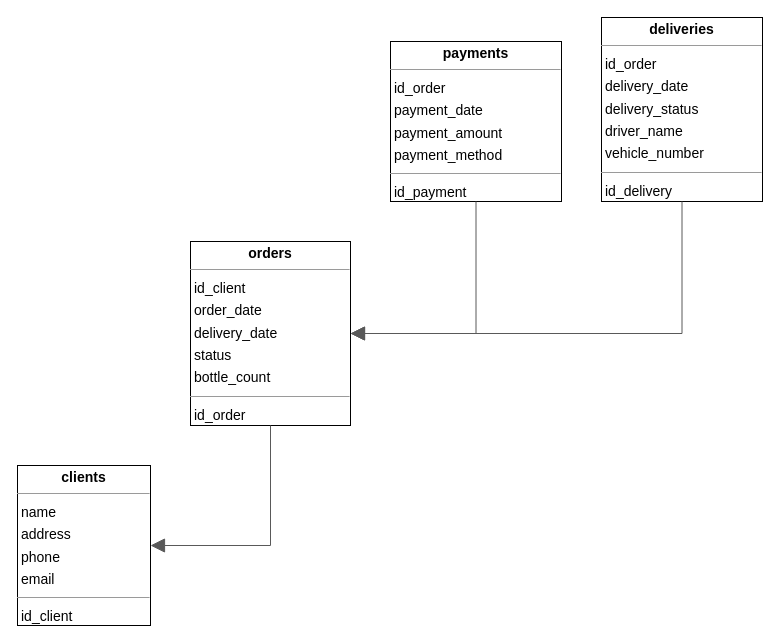
Above: emil_infological_model.drawio in knorke102/schemes (draw.io), before the change. Source tidied: cells renumbered, new cells numbered last; positions are measured from the earlier drawing's top-left corner, leaving out a move shared by most shapes. Both pictures are drawn from the tidied source at 100%, with x=0, y=0 at pixel (17, 17).
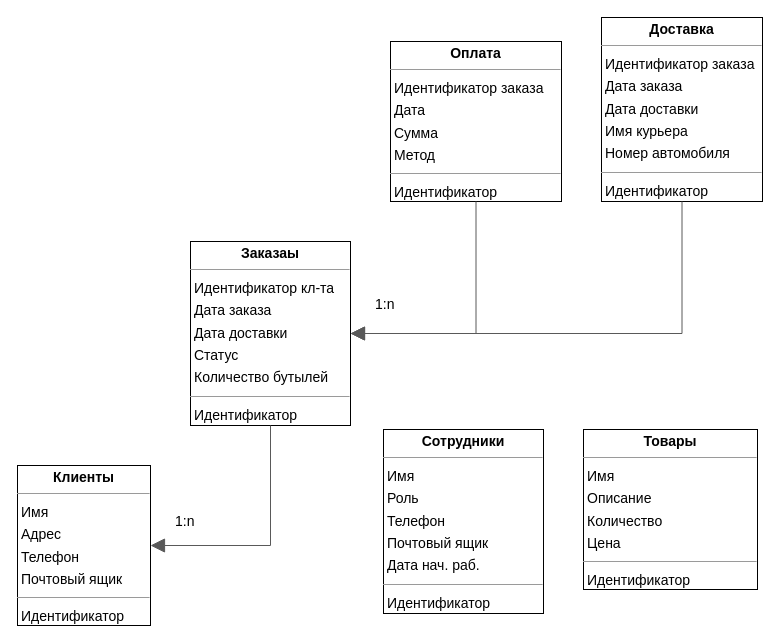
The same page after the edit.

Diff of the diagram source:
```diff
@@
 <mxGraphModel>
   <root>
     <mxCell id="0" />
     <mxCell id="1" parent="0" />
-    <mxCell id="2" value="&lt;p style=&quot;margin:0px;margin-top:4px;text-align:center;&quot;&gt;&lt;b&gt;clients&lt;/b&gt;&lt;/p&gt;&lt;hr size=&quot;1&quot;&gt;&lt;p style=&quot;margin:0 0 0 4px;line-height:1.6;&quot;&gt; name&lt;br&gt; address&lt;br&gt; phone&lt;br&gt; email&lt;/p&gt;&lt;hr size=&quot;1&quot;&gt;&lt;p style=&quot;margin:0 0 0 4px;line-height:1.6;&quot;&gt; id_client&lt;/p&gt;" style="verticalAlign=top;align=left;overflow=fill;fontSize=14;fontFamily=Helvetica;html=1;rounded=0;shadow=0;comic=0;labelBackgroundColor=none;strokeWidth=1;" parent="1" vertex="1">
+    <mxCell id="2" value="&lt;p style=&quot;margin:0px;margin-top:4px;text-align:center;&quot;&gt;&lt;b&gt;Клиенты&lt;/b&gt;&lt;/p&gt;&lt;hr size=&quot;1&quot;&gt;&lt;p style=&quot;margin:0 0 0 4px;line-height:1.6;&quot;&gt;Имя&lt;br&gt;Адрес&lt;br&gt; Телефон&lt;br&gt; Почтовый ящик&lt;/p&gt;&lt;hr size=&quot;1&quot;&gt;&lt;p style=&quot;margin:0 0 0 4px;line-height:1.6;&quot;&gt; Идентификатор&lt;/p&gt;" style="verticalAlign=top;align=left;overflow=fill;fontSize=14;fontFamily=Helvetica;html=1;rounded=0;shadow=0;comic=0;labelBackgroundColor=none;strokeWidth=1;" parent="1" vertex="1">
       <mxGeometry y="448" width="133" height="160" as="geometry" />
     </mxCell>
-    <mxCell id="3" value="&lt;p style=&quot;margin:0px;margin-top:4px;text-align:center;&quot;&gt;&lt;b&gt;deliveries&lt;/b&gt;&lt;/p&gt;&lt;hr size=&quot;1&quot;&gt;&lt;p style=&quot;margin:0 0 0 4px;line-height:1.6;&quot;&gt; id_order&lt;br&gt; delivery_date&lt;br&gt; delivery_status&lt;br&gt; driver_name&lt;br&gt; vehicle_number&lt;/p&gt;&lt;hr size=&quot;1&quot;&gt;&lt;p style=&quot;margin:0 0 0 4px;line-height:1.6;&quot;&gt; id_delivery&lt;/p&gt;" style="verticalAlign=top;align=left;overflow=fill;fontSize=14;fontFamily=Helvetica;html=1;rounded=0;shadow=0;comic=0;labelBackgroundColor=none;strokeWidth=1;" parent="1" vertex="1">
+    <mxCell id="3" value="&lt;p style=&quot;margin:0px;margin-top:4px;text-align:center;&quot;&gt;&lt;b&gt;Доставка&lt;/b&gt;&lt;/p&gt;&lt;hr size=&quot;1&quot;&gt;&lt;p style=&quot;margin:0 0 0 4px;line-height:1.6;&quot;&gt;Идентификатор заказа&lt;br&gt;Дата заказа&lt;br&gt;Дата доставки&lt;br&gt;Имя курьера&lt;/p&gt;&lt;p style=&quot;margin:0 0 0 4px;line-height:1.6;&quot;&gt;Номер автомобиля&lt;/p&gt;&lt;hr size=&quot;1&quot;&gt;&lt;p style=&quot;margin:0 0 0 4px;line-height:1.6;&quot;&gt;Идентификатор&lt;/p&gt;" style="verticalAlign=top;align=left;overflow=fill;fontSize=14;fontFamily=Helvetica;html=1;rounded=0;shadow=0;comic=0;labelBackgroundColor=none;strokeWidth=1;" parent="1" vertex="1">
       <mxGeometry x="584" width="161" height="184" as="geometry" />
     </mxCell>
-    <mxCell id="4" value="&lt;p style=&quot;margin:0px;margin-top:4px;text-align:center;&quot;&gt;&lt;b&gt;orders&lt;/b&gt;&lt;/p&gt;&lt;hr size=&quot;1&quot;&gt;&lt;p style=&quot;margin:0 0 0 4px;line-height:1.6;&quot;&gt; id_client&lt;br&gt; order_date&lt;br&gt; delivery_date&lt;br&gt; status&lt;br&gt; bottle_count&lt;/p&gt;&lt;hr size=&quot;1&quot;&gt;&lt;p style=&quot;margin:0 0 0 4px;line-height:1.6;&quot;&gt; id_order&lt;/p&gt;" style="verticalAlign=top;align=left;overflow=fill;fontSize=14;fontFamily=Helvetica;html=1;rounded=0;shadow=0;comic=0;labelBackgroundColor=none;strokeWidth=1;" parent="1" vertex="1">
+    <mxCell id="4" value="&lt;p style=&quot;margin:0px;margin-top:4px;text-align:center;&quot;&gt;&lt;b&gt;Заказаы&lt;/b&gt;&lt;/p&gt;&lt;hr size=&quot;1&quot;&gt;&lt;p style=&quot;margin:0 0 0 4px;line-height:1.6;&quot;&gt;Идентификатор кл-та&lt;br&gt; Дата заказа&lt;br&gt; Дата доставки&lt;br&gt; Статус&lt;br&gt; Количество бутылей&lt;/p&gt;&lt;hr size=&quot;1&quot;&gt;&lt;p style=&quot;margin:0 0 0 4px;line-height:1.6;&quot;&gt;Идентификатор&lt;/p&gt;" style="verticalAlign=top;align=left;overflow=fill;fontSize=14;fontFamily=Helvetica;html=1;rounded=0;shadow=0;comic=0;labelBackgroundColor=none;strokeWidth=1;" parent="1" vertex="1">
       <mxGeometry x="173" y="224" width="160" height="184" as="geometry" />
     </mxCell>
-    <mxCell id="5" value="&lt;p style=&quot;margin:0px;margin-top:4px;text-align:center;&quot;&gt;&lt;b&gt;payments&lt;/b&gt;&lt;/p&gt;&lt;hr size=&quot;1&quot;&gt;&lt;p style=&quot;margin:0 0 0 4px;line-height:1.6;&quot;&gt; id_order&lt;br&gt; payment_date&lt;br&gt; payment_amount&lt;br&gt; payment_method&lt;/p&gt;&lt;hr size=&quot;1&quot;&gt;&lt;p style=&quot;margin:0 0 0 4px;line-height:1.6;&quot;&gt; id_payment&lt;/p&gt;" style="verticalAlign=top;align=left;overflow=fill;fontSize=14;fontFamily=Helvetica;html=1;rounded=0;shadow=0;comic=0;labelBackgroundColor=none;strokeWidth=1;" parent="1" vertex="1">
+    <mxCell id="5" value="&lt;p style=&quot;margin:0px;margin-top:4px;text-align:center;&quot;&gt;&lt;b&gt;Оплата&lt;/b&gt;&lt;/p&gt;&lt;hr size=&quot;1&quot;&gt;&lt;p style=&quot;margin:0 0 0 4px;line-height:1.6;&quot;&gt;Идентификатор заказа&lt;br&gt; Дата&lt;br&gt; Сумма&lt;br&gt; Метод&lt;/p&gt;&lt;hr size=&quot;1&quot;&gt;&lt;p style=&quot;margin:0 0 0 4px;line-height:1.6;&quot;&gt;Идентификатор&lt;/p&gt;" style="verticalAlign=top;align=left;overflow=fill;fontSize=14;fontFamily=Helvetica;html=1;rounded=0;shadow=0;comic=0;labelBackgroundColor=none;strokeWidth=1;" parent="1" vertex="1">
       <mxGeometry x="373" y="24" width="171" height="160" as="geometry" />
     </mxCell>
     <mxCell id="6" style="html=1;rounded=0;edgeStyle=orthogonalEdgeStyle;dashed=0;startArrow=none;endArrow=block;endSize=12;strokeColor=#595959;exitX=0.500;exitY=1.000;exitDx=0;exitDy=0;entryX=1.000;entryY=0.500;entryDx=0;entryDy=0;" parent="1" edge="1" source="3" target="4">
       <mxGeometry relative="1" as="geometry">
         <Array as="points">
           <mxPoint x="665" y="316" />
         </Array>
       </mxGeometry>
     </mxCell>
     <mxCell id="7" style="html=1;rounded=0;edgeStyle=orthogonalEdgeStyle;dashed=0;startArrow=none;endArrow=block;endSize=12;strokeColor=#595959;exitX=0.500;exitY=1.000;exitDx=0;exitDy=0;entryX=1.000;entryY=0.500;entryDx=0;entryDy=0;" parent="1" edge="1" source="4" target="2">
       <mxGeometry relative="1" as="geometry">
         <Array as="points">
           <mxPoint x="253" y="528" />
         </Array>
       </mxGeometry>
     </mxCell>
     <mxCell id="8" style="html=1;rounded=0;edgeStyle=orthogonalEdgeStyle;dashed=0;startArrow=none;endArrow=block;endSize=12;strokeColor=#595959;exitX=0.500;exitY=1.000;exitDx=0;exitDy=0;entryX=1.000;entryY=0.500;entryDx=0;entryDy=0;" parent="1" edge="1" source="5" target="4">
       <mxGeometry relative="1" as="geometry">
         <Array as="points">
           <mxPoint x="459" y="316" />
         </Array>
       </mxGeometry>
     </mxCell>
+    <mxCell id="9" value="&lt;p style=&quot;margin:0px;margin-top:4px;text-align:center;&quot;&gt;&lt;b&gt;Сотрудники&lt;/b&gt;&lt;/p&gt;&lt;hr size=&quot;1&quot;&gt;&lt;p style=&quot;margin:0 0 0 4px;line-height:1.6;&quot;&gt; Имя&lt;br&gt; Роль&lt;br&gt; Телефон&lt;br&gt; Почтовый ящик&lt;br&gt; Дата нач. раб.&lt;/p&gt;&lt;hr size=&quot;1&quot;&gt;&lt;p style=&quot;margin:0 0 0 4px;line-height:1.6;&quot;&gt;Идентификатор&lt;/p&gt;" style="verticalAlign=top;align=left;overflow=fill;fontSize=14;fontFamily=Helvetica;html=1;rounded=0;shadow=0;comic=0;labelBackgroundColor=none;strokeWidth=1;" parent="1" vertex="1">
+      <mxGeometry x="366" y="412" width="160" height="184" as="geometry" />
+    </mxCell>
+    <mxCell id="10" value="&lt;p style=&quot;margin:0px;margin-top:4px;text-align:center;&quot;&gt;&lt;b&gt;Товары&lt;/b&gt;&lt;/p&gt;&lt;hr size=&quot;1&quot;&gt;&lt;p style=&quot;margin:0 0 0 4px;line-height:1.6;&quot;&gt; Имя&lt;br&gt; Описание&lt;br&gt; Количество&lt;br&gt; Цена&lt;/p&gt;&lt;hr size=&quot;1&quot;&gt;&lt;p style=&quot;margin:0 0 0 4px;line-height:1.6;&quot;&gt;Идентификатор&lt;/p&gt;" style="verticalAlign=top;align=left;overflow=fill;fontSize=14;fontFamily=Helvetica;html=1;rounded=0;shadow=0;comic=0;labelBackgroundColor=none;strokeWidth=1;" parent="1" vertex="1">
+      <mxGeometry x="566" y="412" width="174" height="160" as="geometry" />
+    </mxCell>
+    <mxCell id="11" value="&lt;span style=&quot;color: rgb(0, 0, 0); font-family: Helvetica; font-size: 14px; font-style: normal; font-variant-ligatures: normal; font-variant-caps: normal; font-weight: 400; letter-spacing: normal; orphans: 2; text-align: left; text-indent: 0px; text-transform: none; widows: 2; word-spacing: 0px; -webkit-text-stroke-width: 0px; white-space: nowrap; background-color: rgb(255, 255, 255); text-decoration-thickness: initial; text-decoration-style: initial; text-decoration-color: initial; float: none; display: inline !important;&quot;&gt;1:n&lt;/span&gt;" style="text;whiteSpace=wrap;html=1;" parent="1" vertex="1">
+      <mxGeometry x="356" y="272" width="30" height="30" as="geometry" />
+    </mxCell>
+    <mxCell id="12" value="&lt;span style=&quot;color: rgb(0, 0, 0); font-family: Helvetica; font-size: 14px; font-style: normal; font-variant-ligatures: normal; font-variant-caps: normal; font-weight: 400; letter-spacing: normal; orphans: 2; text-align: left; text-indent: 0px; text-transform: none; widows: 2; word-spacing: 0px; -webkit-text-stroke-width: 0px; white-space: nowrap; background-color: rgb(255, 255, 255); text-decoration-thickness: initial; text-decoration-style: initial; text-decoration-color: initial; float: none; display: inline !important;&quot;&gt;1:n&lt;/span&gt;" style="text;whiteSpace=wrap;html=1;" parent="1" vertex="1">
+      <mxGeometry x="156" y="489" width="30" height="30" as="geometry" />
+    </mxCell>
   </root>
 </mxGraphModel>
```
